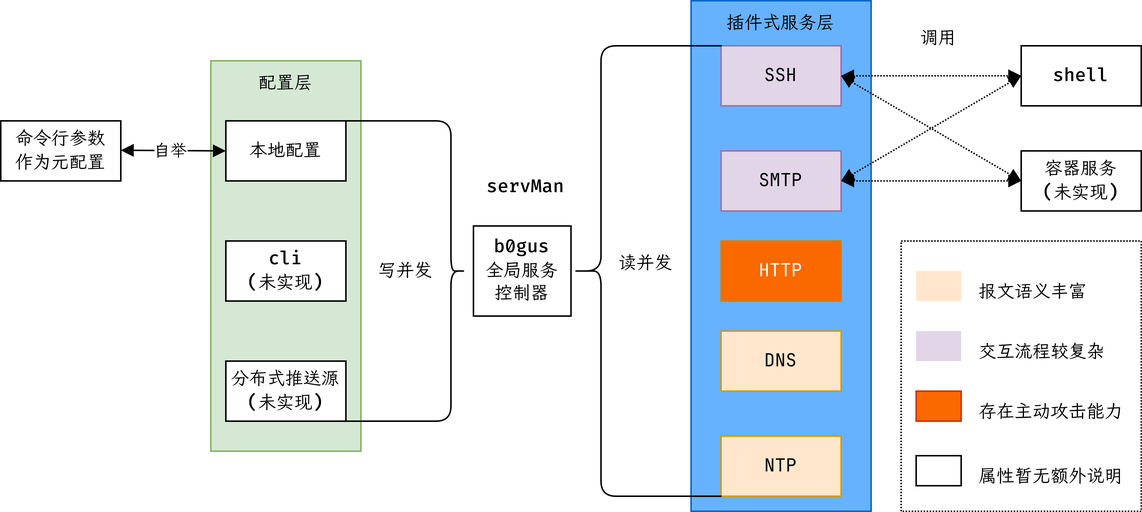
Before: assets/design/zh_cn/arch-design.png, a diagram exported from draw.io (TrisenYu/b0gus). Source tidied: cells renumbered, new cells last; positions are measured from the earlier drawing's top-left corner, leaving out a move shared by most shapes.
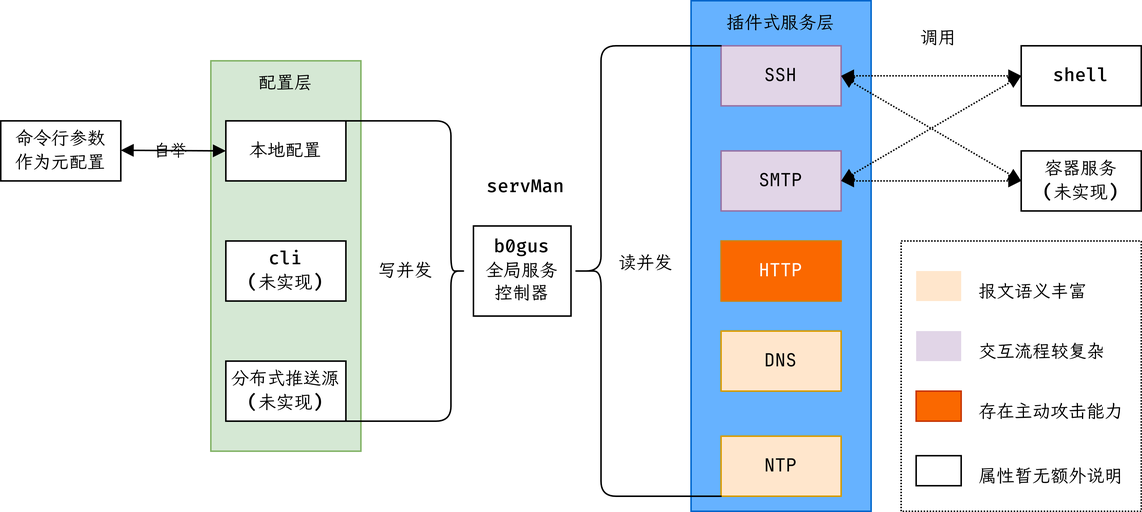
After the commit.

What changed in the source:
```diff
@@ -64,7 +64,7 @@
         <mxPoint x="80" y="99.6" as="sourcePoint" />
       </mxGeometry>
     </mxCell>
-    <mxCell id="22" value="自举" style="edgeLabel;html=1;align=center;verticalAlign=middle;" parent="21" vertex="1">
+    <mxCell id="22" value="自举" style="edgeLabel;html=1;align=center;verticalAlign=middle;labelBackgroundColor=none;" parent="21" vertex="1">
       <mxGeometry x="-0.13" y="1" relative="1" as="geometry">
         <mxPoint x="2" y="1" as="offset" />
       </mxGeometry>
```
